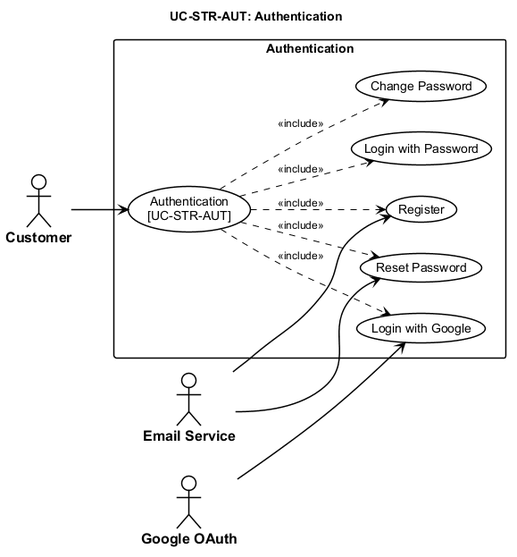
Before: thesis/figures/chapters/part2/ch2-design/02-use-cases/diagrams/P2S2.2.2_usecase-authentication.png, a diagram exported from PlantUML (qingfa-dev/ReSys.Shop).
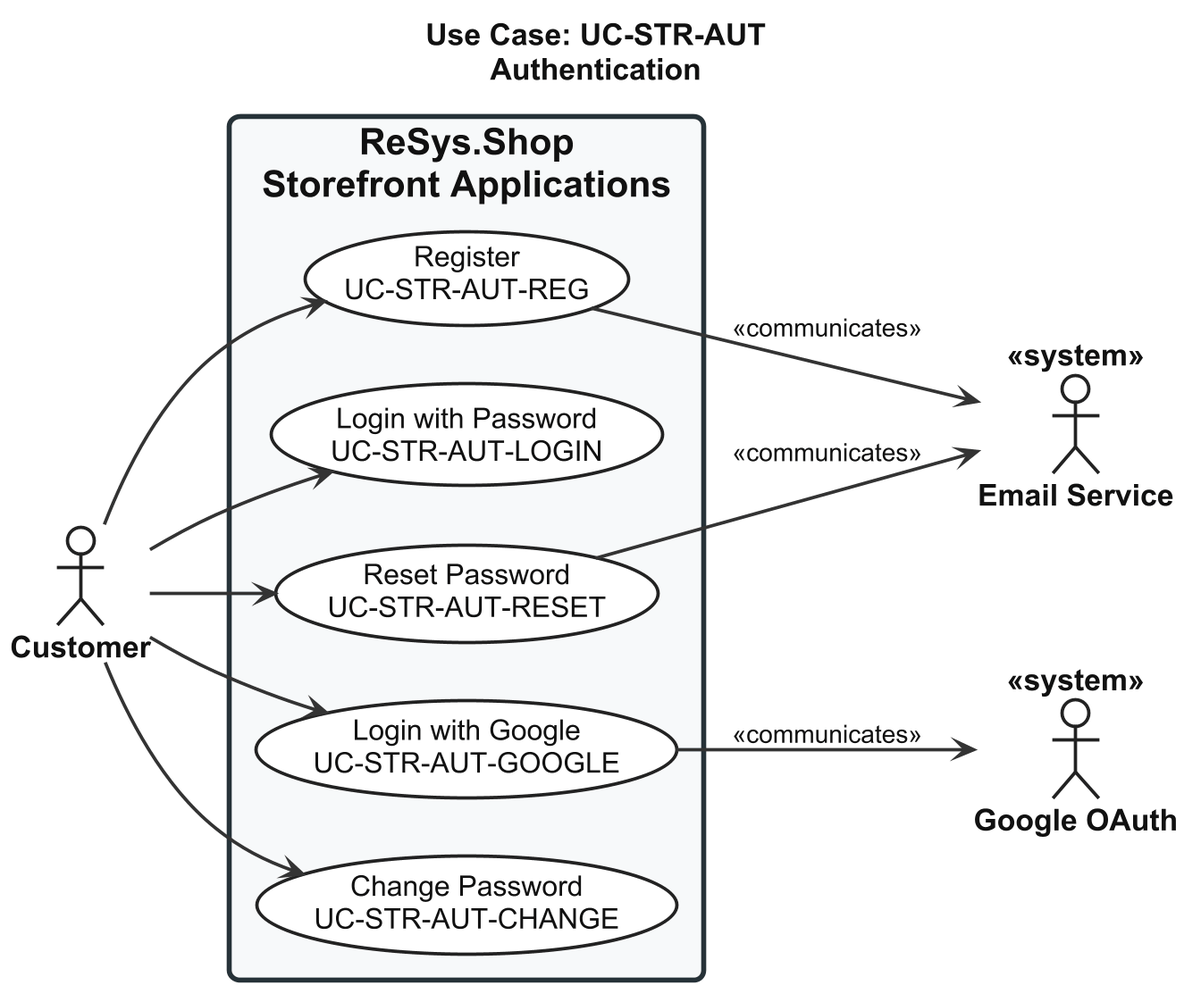
Above is the later version.

What changed in the source:
```diff
@@ -1,62 +1,89 @@
 @startuml usecase-authentication
+
 left to right direction
 
+skinparam shadowing false
+skinparam dpi 180
+
 <style>
-  root {
-    FontName "Arial"
-    FontSize 14
-    Shadowing 0
-  }
-  actor {
-    BackGroundColor #FFFFFF
-    LineColor #000000
-    LineThickness 1.5
-    FontColor #000000
-    FontStyle bold
-    FontSize 16
-  }
-  usecase {
-    BackGroundColor #FFFFFF
-    LineColor #000000
-    LineThickness 1.5
-    FontColor #000000
-  }
-  rectangle {
-    BackGroundColor #FFFFFF
-    LineColor #000000
-    LineThickness 1.5
-    FontStyle bold
-  }
-  arrow {
-    LineColor #000000
-    LineThickness 1.5
-    FontSize 12
-  }
-</style>
-title UC-STR-AUT: Authentication
 
-actor "Customer" as Cust
-actor "Email Service" as Email
-actor "Google OAuth" as Google
-
-rectangle "Authentication" {
-  usecase "Authentication\n[UC-STR-AUT]" as UC_MAIN
-  usecase "Register" as UC_REG
-  usecase "Login with Password" as UC_LOGIN
-  usecase "Login with Google" as UC_GOOGLE
-  usecase "Reset Password" as UC_RESET
-  usecase "Change Password" as UC_CHANGE
-
-  UC_MAIN ..> UC_REG : <<include>>
-  UC_MAIN ..> UC_LOGIN : <<include>>
-  UC_MAIN ..> UC_GOOGLE : <<include>>
-  UC_MAIN ..> UC_RESET : <<include>>
-  UC_MAIN ..> UC_CHANGE : <<include>>
+root {
+  FontName "Arial"
+  FontSize 18
+  FontColor #111111
 }
 
-Cust --> UC_MAIN
-Email --> UC_REG
-Email --> UC_RESET
-Google --> UC_GOOGLE
+actor {
+  FontName "Arial"
+  FontSize 18
+  FontStyle bold
+  FontColor #111111
+  BackgroundColor #FFFFFF
+  LineColor #222222
+  LineThickness 2
+}
+
+usecase {
+  FontName "Arial"
+  FontSize 17
+  FontColor #111111
+  FontStyle plain
+  BackgroundColor #FFFFFF
+  LineColor #222222
+  LineThickness 2
+  Padding 18
+}
+
+rectangle {
+  FontName "Arial"
+  FontSize 22
+  FontStyle bold
+  FontColor #111111
+  BackgroundColor #F7F9FA
+  LineColor #263238
+  LineThickness 3
+  RoundCorner 12
+  Padding 30
+}
+
+arrow {
+  FontName "Arial"
+  FontSize 15
+  FontColor #111111
+  LineColor #333333
+  LineThickness 2
+}
+
+</style>
+
+title Use Case: UC-STR-AUT\nAuthentication
+
+actor "Customer" as Customer
+actor "Email Service" as Email <<system>>
+actor "Google OAuth" as Google <<system>>
+
+rectangle "ReSys.Shop\nStorefront Applications" {
+
+  usecase "Register\nUC-STR-AUT-REG" as UC_REG
+
+  usecase "Login with Password\nUC-STR-AUT-LOGIN" as UC_LOGIN
+
+  usecase "Login with Google\nUC-STR-AUT-GOOGLE" as UC_GOOGLE
+
+  usecase "Reset Password\nUC-STR-AUT-RESET" as UC_RESET
+
+  usecase "Change Password\nUC-STR-AUT-CHANGE" as UC_CHANGE
+
+}
+
+Customer --> UC_REG
+Customer --> UC_LOGIN
+Customer --> UC_GOOGLE
+Customer --> UC_RESET
+Customer --> UC_CHANGE
+
+UC_REG --> Email : <<communicates>>
+UC_RESET --> Email : <<communicates>>
+UC_GOOGLE --> Google : <<communicates>>
 
 @enduml
```
